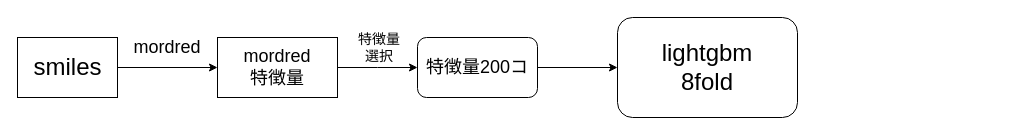
kskkry/brains_q3 keeps this draw.io diagram as asset/process.dio. Above is the earlier version. Source tidied: cells renumbered, new cells numbered last; positions are measured from the earlier drawing's top-left corner, leaving out a move shared by most shapes. Both pictures are drawn from the tidied source at 100%, with x=0, y=0 at pixel (17, 17).
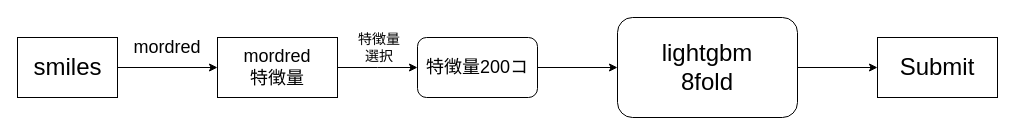
The same page after the edit.

Change to the diagram source:
```diff
@@
 <mxGraphModel>
   <root>
     <mxCell id="0" />
     <mxCell id="1" parent="0" />
     <mxCell id="2" style="edgeStyle=orthogonalEdgeStyle;rounded=0;jettySize=auto;html=1;exitX=1;exitY=0.5;exitDx=0;exitDy=0;" parent="1" edge="1" source="3" target="6">
       <mxGeometry relative="1" as="geometry" />
     </mxCell>
     <mxCell id="3" style="rounded=0;whiteSpace=wrap;html=1;" parent="1" vertex="1">
       <mxGeometry y="20" width="100" height="60" as="geometry" />
     </mxCell>
     <mxCell id="4" value="&lt;font style=&quot;font-size: 24px&quot;&gt;smiles&lt;/font&gt;" style="text;html=1;align=center;verticalAlign=middle;" parent="1" vertex="1">
       <mxGeometry x="10" y="40" width="80" height="20" as="geometry" />
     </mxCell>
     <mxCell id="5" style="edgeStyle=orthogonalEdgeStyle;rounded=0;jettySize=auto;html=1;exitX=1;exitY=0.5;exitDx=0;exitDy=0;" parent="1" edge="1" source="6">
       <mxGeometry relative="1" as="geometry">
         <mxPoint x="400" y="50" as="targetPoint" />
       </mxGeometry>
     </mxCell>
     <mxCell id="6" style="rounded=0;whiteSpace=wrap;html=1;" parent="1" vertex="1">
       <mxGeometry x="200" y="20" width="120" height="60" as="geometry" />
     </mxCell>
     <mxCell id="7" value="&lt;font style=&quot;font-size: 18px&quot;&gt;mordred&lt;/font&gt;" style="text;html=1;strokeColor=none;fillColor=none;align=center;verticalAlign=middle;whiteSpace=wrap;rounded=0;" parent="1" vertex="1">
       <mxGeometry x="130" y="20" width="40" height="20" as="geometry" />
     </mxCell>
     <mxCell id="8" value="&lt;font style=&quot;font-size: 18px&quot;&gt;mordred特徴量&lt;br&gt;&lt;/font&gt;" style="text;html=1;strokeColor=none;fillColor=none;align=center;verticalAlign=middle;whiteSpace=wrap;rounded=0;" parent="1" vertex="1">
       <mxGeometry x="240" y="40" width="40" height="20" as="geometry" />
     </mxCell>
     <mxCell id="9" value="&lt;font style=&quot;font-size: 14px&quot;&gt;特徴量選択&lt;/font&gt;" style="text;html=1;strokeColor=none;fillColor=none;align=center;verticalAlign=middle;whiteSpace=wrap;rounded=0;" parent="1" vertex="1">
       <mxGeometry x="334" y="20" width="56" height="20" as="geometry" />
     </mxCell>
     <mxCell id="10" style="rounded=1;whiteSpace=wrap;html=1;" parent="1" vertex="1">
       <mxGeometry x="400" y="20" width="120" height="60" as="geometry" />
     </mxCell>
     <mxCell id="11" style="edgeStyle=orthogonalEdgeStyle;rounded=0;jettySize=auto;html=1;exitX=1;exitY=0.5;exitDx=0;exitDy=0;" parent="1" edge="1" source="12" target="13">
       <mxGeometry relative="1" as="geometry" />
     </mxCell>
     <mxCell id="12" value="&lt;font style=&quot;font-size: 18px&quot;&gt;特徴量200コ&lt;/font&gt;" style="text;html=1;strokeColor=none;fillColor=none;align=center;verticalAlign=middle;whiteSpace=wrap;rounded=0;" parent="1" vertex="1">
       <mxGeometry x="400" y="25" width="120" height="50" as="geometry" />
     </mxCell>
+    <mxCell id="15" style="edgeStyle=orthogonalEdgeStyle;rounded=0;jettySize=auto;html=1;exitX=1;exitY=0.5;exitDx=0;exitDy=0;" parent="1" edge="1" source="13" target="16">
+      <mxGeometry relative="1" as="geometry" />
+    </mxCell>
     <mxCell id="13" style="rounded=1;whiteSpace=wrap;html=1;" parent="1" vertex="1">
       <mxGeometry x="600" width="180" height="100" as="geometry" />
     </mxCell>
     <mxCell id="14" value="&lt;font style=&quot;font-size: 24px&quot;&gt;lightgbm&lt;br&gt;8fold&lt;/font&gt;" style="text;html=1;strokeColor=none;fillColor=none;align=center;verticalAlign=middle;whiteSpace=wrap;rounded=0;" parent="1" vertex="1">
       <mxGeometry x="670" y="40" width="40" height="20" as="geometry" />
     </mxCell>
+    <mxCell id="16" style="rounded=0;whiteSpace=wrap;html=1;" parent="1" vertex="1">
+      <mxGeometry x="860" y="20" width="120" height="60" as="geometry" />
+    </mxCell>
+    <mxCell id="17" value="&lt;font style=&quot;font-size: 24px&quot;&gt;Submit&lt;/font&gt;" style="text;html=1;strokeColor=none;fillColor=none;align=center;verticalAlign=middle;whiteSpace=wrap;rounded=0;" parent="1" vertex="1">
+      <mxGeometry x="900" y="40" width="40" height="20" as="geometry" />
+    </mxCell>
   </root>
 </mxGraphModel>
```
